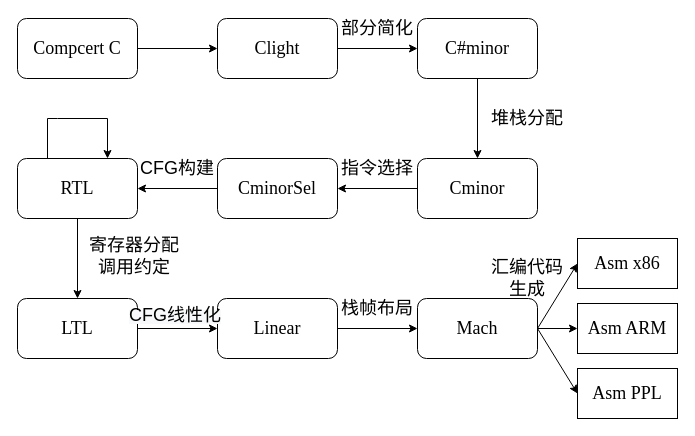
This is thesis/compcert.drawio from ABigDoge/MyDiagrams, a draw.io file, before an edit. Source tidied: cells renumbered, new cells numbered last; positions are measured from the earlier drawing's top-left corner, leaving out a move shared by most shapes. Both pictures are drawn from the tidied source at 100%, with x=0, y=0 at pixel (17, 18).
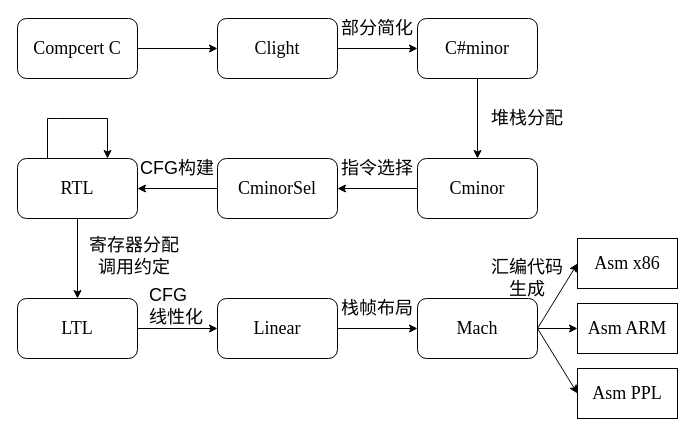
The same diagram, later.

Diff of the diagram source:
```diff
@@
-    <mxCell id="31" value="&lt;span style=&quot;color: rgb(0 , 0 , 0) ; font-family: &amp;#34;helvetica&amp;#34; ; font-style: normal ; font-weight: 400 ; letter-spacing: normal ; text-align: center ; text-indent: 0px ; text-transform: none ; word-spacing: 0px ; background-color: rgb(248 , 249 , 250) ; display: inline ; float: none&quot;&gt;&lt;font style=&quot;font-size: 18px&quot;&gt;CFG线性化&lt;/font&gt;&lt;/span&gt;" style="text;whiteSpace=wrap;html=1;" parent="1" vertex="1">
-      <mxGeometry x="110" y="280" width="100" height="30" as="geometry" />
+    <mxCell id="31" value="&lt;span style=&quot;color: rgb(0 , 0 , 0) ; font-family: &amp;#34;helvetica&amp;#34; ; font-style: normal ; font-weight: 400 ; letter-spacing: normal ; text-align: center ; text-indent: 0px ; text-transform: none ; word-spacing: 0px ; background-color: rgb(248 , 249 , 250) ; display: inline ; float: none&quot;&gt;&lt;font style=&quot;font-size: 18px&quot;&gt;CFG&lt;br&gt;线性化&lt;/font&gt;&lt;/span&gt;" style="text;whiteSpace=wrap;html=1;" parent="1" vertex="1">
+      <mxGeometry x="130" y="260" width="100" height="30" as="geometry" />
     </mxCell>
```
